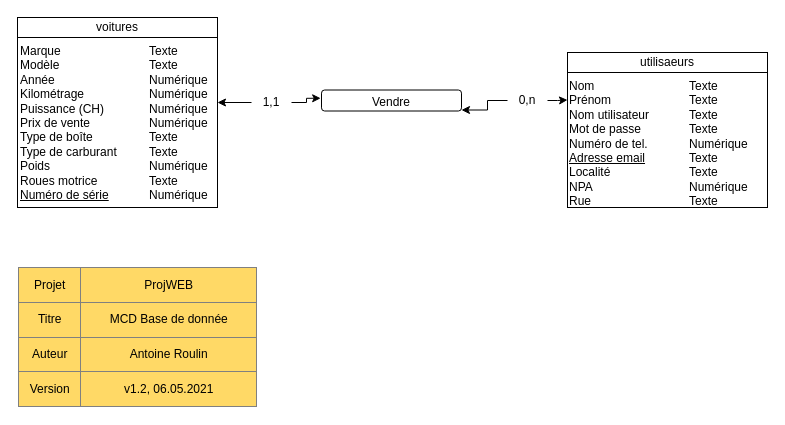
The draw.io diagram doc/MCD/MCD_ProjWEB_CLASSICCAR_ARN-NED.drawio in NicolasGlassey/PROJWEB-INFOWEB, before the edit. Source tidied: cells renumbered, new cells numbered last; positions are measured from the earlier drawing's top-left corner, leaving out a move shared by most shapes. Both pictures are drawn from the tidied source at 100%, with x=0, y=0 at pixel (17, 17).
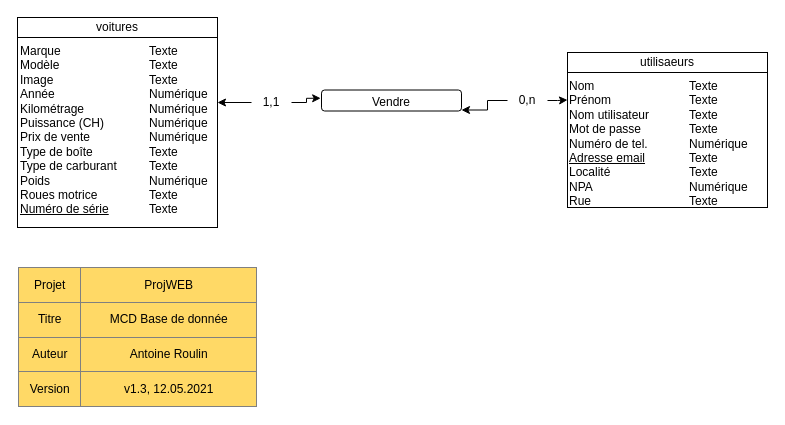
After the change.

Diff of the diagram source:
```diff
@@
     <mxCell id="2" value="&lt;div style=&quot;box-sizing: border-box ; width: 100% ; padding: 2px&quot;&gt;&lt;br&gt;&lt;/div&gt;" style="verticalAlign=top;align=center;overflow=fill;html=1;rounded=0;shadow=0;comic=0;labelBackgroundColor=none;strokeColor=#000000;strokeWidth=1;fillColor=#ffffff;fontFamily=Verdana;fontSize=12;fontColor=#000000;" parent="1" vertex="1">
-      <mxGeometry width="200" height="190" as="geometry" />
+      <mxGeometry width="200" height="210" as="geometry" />
     </mxCell>
@@
-    <mxCell id="4" value="Marque&lt;br&gt;Modèle&lt;br&gt;Année&lt;br&gt;Kilométrage&lt;br&gt;Puissance (CH)&lt;br&gt;Prix de vente&lt;br&gt;Type de boîte&lt;br&gt;Type de carburant&lt;br&gt;Poids&lt;br&gt;Roues motrice&lt;br&gt;&lt;u&gt;Numéro de série&lt;/u&gt;" style="text;html=1;strokeColor=none;fillColor=none;align=left;verticalAlign=top;whiteSpace=wrap;rounded=0;" parent="1" vertex="1">
+    <mxCell id="4" value="Marque&lt;br&gt;Modèle&lt;br&gt;Image&lt;br&gt;Année&lt;br&gt;Kilométrage&lt;br&gt;Puissance (CH)&lt;br&gt;Prix de vente&lt;br&gt;Type de boîte&lt;br&gt;Type de carburant&lt;br&gt;Poids&lt;br&gt;Roues motrice&lt;br&gt;&lt;u&gt;Numéro de série&lt;/u&gt;" style="text;html=1;strokeColor=none;fillColor=none;align=left;verticalAlign=top;whiteSpace=wrap;rounded=0;" parent="1" vertex="1">
       <mxGeometry x="1" y="20" width="110" height="160" as="geometry" />
     </mxCell>
-    <mxCell id="5" value="Texte&lt;br&gt;Texte&lt;br&gt;Numérique&lt;br&gt;Numérique&lt;br&gt;Numérique&lt;br&gt;Numérique&lt;br&gt;Texte&lt;br&gt;Texte&lt;br&gt;Numérique&lt;br&gt;Texte&lt;br&gt;Numérique" style="text;html=1;strokeColor=none;fillColor=none;align=left;verticalAlign=top;whiteSpace=wrap;rounded=0;" parent="1" vertex="1">
+    <mxCell id="5" value="Texte&lt;br&gt;Texte&lt;br&gt;Texte&lt;br&gt;Numérique&lt;br&gt;Numérique&lt;br&gt;Numérique&lt;br&gt;Numérique&lt;br&gt;Texte&lt;br&gt;Texte&lt;br&gt;Numérique&lt;br&gt;Texte&lt;br&gt;Texte" style="text;html=1;strokeColor=none;fillColor=none;align=left;verticalAlign=top;whiteSpace=wrap;rounded=0;" parent="1" vertex="1">
       <mxGeometry x="130" y="20" width="70" height="160" as="geometry" />
     </mxCell>
@@
-    <mxCell id="12" value="&lt;table border=&quot;1&quot; width=&quot;100%&quot; style=&quot;width: 100% ; height: 100% ; border-collapse: collapse&quot;&gt;&lt;tbody&gt;&lt;tr&gt;&lt;td align=&quot;center&quot;&gt;Projet&lt;/td&gt;&lt;td align=&quot;center&quot;&gt;ProjWEB&lt;/td&gt;&lt;/tr&gt;&lt;tr&gt;&lt;td align=&quot;center&quot;&gt;Titre&lt;/td&gt;&lt;td align=&quot;center&quot;&gt;MCD Base de donnée&lt;/td&gt;&lt;/tr&gt;&lt;tr&gt;&lt;td align=&quot;center&quot;&gt;Auteur&lt;/td&gt;&lt;td align=&quot;center&quot;&gt;Antoine Roulin&lt;/td&gt;&lt;/tr&gt;&lt;tr&gt;&lt;td style=&quot;text-align: center&quot;&gt;Version&lt;/td&gt;&lt;td style=&quot;text-align: center&quot;&gt;v1.2, 06.05.2021&lt;/td&gt;&lt;/tr&gt;&lt;/tbody&gt;&lt;/table&gt;" style="text;html=1;overflow=fill;labelBackgroundColor=#FFD966;" parent="1" vertex="1">
+    <mxCell id="12" value="&lt;table border=&quot;1&quot; width=&quot;100%&quot; style=&quot;width: 100% ; height: 100% ; border-collapse: collapse&quot;&gt;&lt;tbody&gt;&lt;tr&gt;&lt;td align=&quot;center&quot;&gt;Projet&lt;/td&gt;&lt;td align=&quot;center&quot;&gt;ProjWEB&lt;/td&gt;&lt;/tr&gt;&lt;tr&gt;&lt;td align=&quot;center&quot;&gt;Titre&lt;/td&gt;&lt;td align=&quot;center&quot;&gt;MCD Base de donnée&lt;/td&gt;&lt;/tr&gt;&lt;tr&gt;&lt;td align=&quot;center&quot;&gt;Auteur&lt;/td&gt;&lt;td align=&quot;center&quot;&gt;Antoine Roulin&lt;/td&gt;&lt;/tr&gt;&lt;tr&gt;&lt;td style=&quot;text-align: center&quot;&gt;Version&lt;/td&gt;&lt;td style=&quot;text-align: center&quot;&gt;v1.3, 12.05.2021&lt;/td&gt;&lt;/tr&gt;&lt;/tbody&gt;&lt;/table&gt;" style="text;html=1;overflow=fill;labelBackgroundColor=#FFD966;" parent="1" vertex="1">
       <mxGeometry x="1" y="250" width="239" height="140" as="geometry" />
     </mxCell>
```
